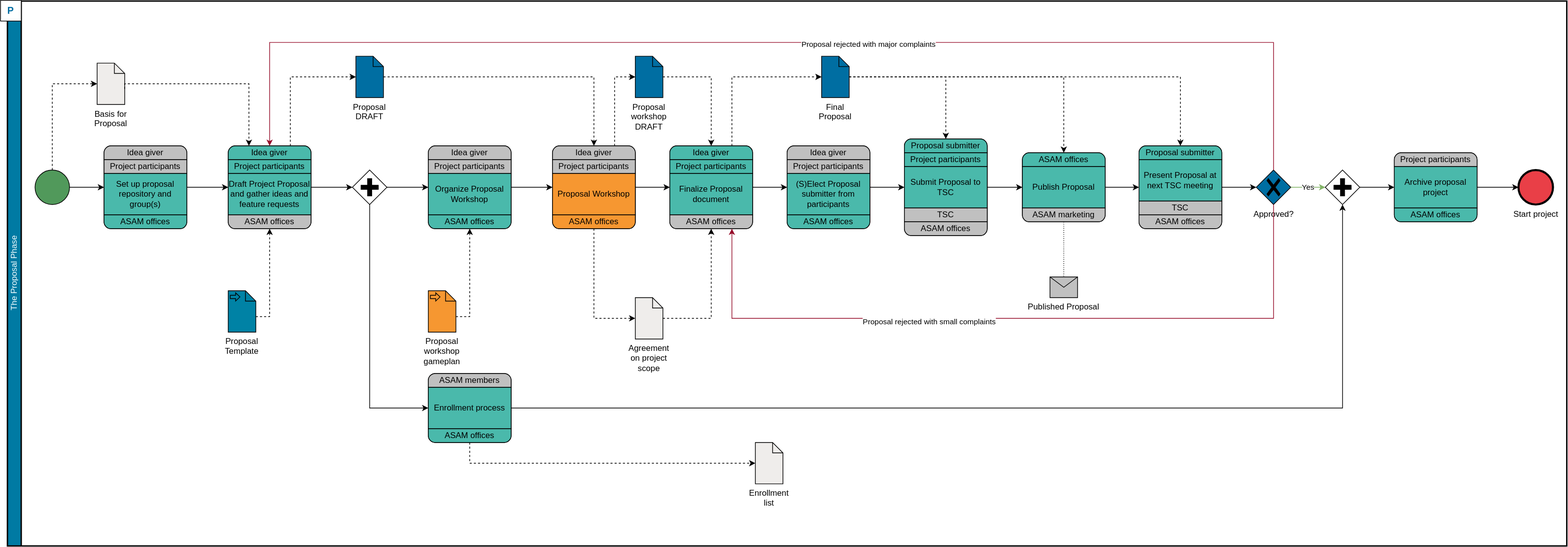
Earlier version of the draw.io export doc/modules/compendium/assets/images/asam/proposal_phase_v2.drawio.svg (asam-ev/asam-project-guide). Source tidied: cells renumbered, new cells last; positions are measured from the earlier drawing's top-left corner, leaving out a move shared by most shapes.
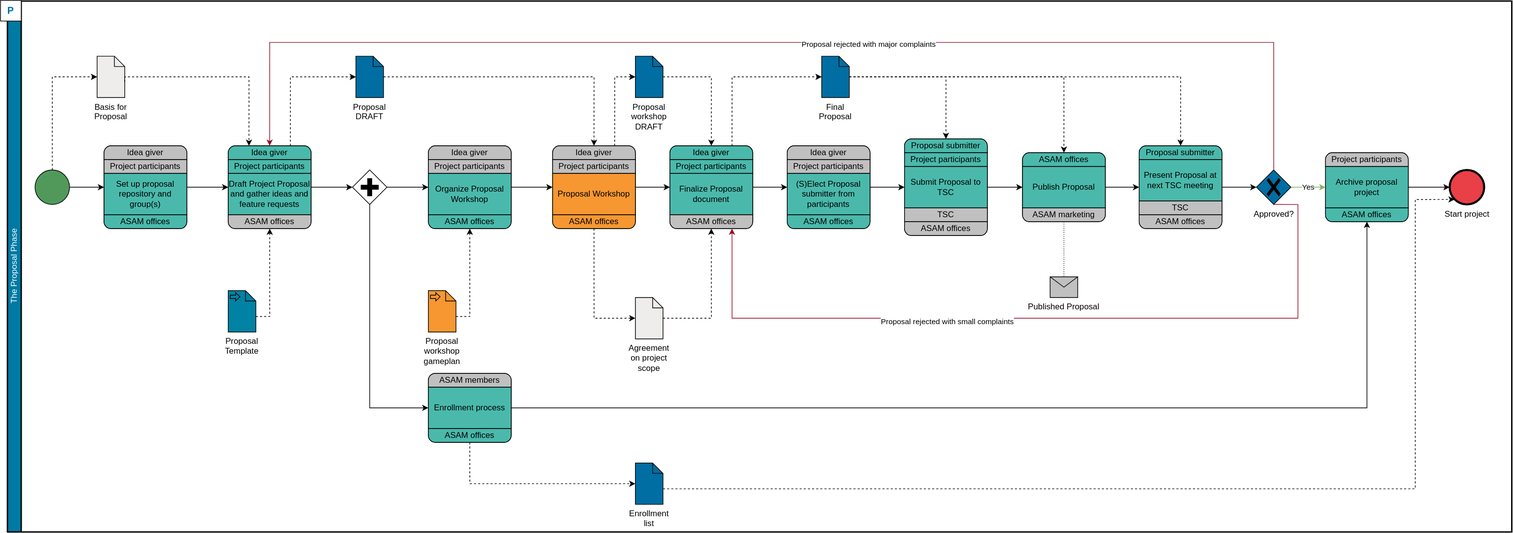
After the commit.

What changed in the source:
```diff
@@ -3,7 +3,7 @@
     <mxCell id="0" />
     <mxCell id="1" parent="0" />
     <mxCell id="2" value="The Proposal Phase" style="swimlane;html=1;startSize=20;fontStyle=0;horizontal=0;swimlaneLine=1;swimlaneFillColor=#ffffff;strokeWidth=2;fillColor=#007AA3;fontColor=#F5FDFF;" parent="1" vertex="1">
-      <mxGeometry x="10" y="1" width="2260" height="790" as="geometry" />
+      <mxGeometry x="10" y="1" width="2180" height="770" as="geometry" />
     </mxCell>
     <mxCell id="3" value="P" style="whiteSpace=wrap;html=1;fontColor=#006EA2;fillColor=#FFFFFF;fontSize=14;fontStyle=1;" parent="2" vertex="1">
       <mxGeometry x="-10" y="-1" width="30" height="30" as="geometry" />
@@ -63,7 +63,7 @@
       <mxGeometry y="80" width="120" height="20" as="geometry" />
     </mxCell>
     <mxCell id="22" value="Draft Project Proposal, gather ideas and feature requests" style="rounded=1;whiteSpace=wrap;html=1;absoluteArcSize=1;arcSize=20;horizontal=1;fillColor=#4AB9AB;" parent="2" vertex="1">
-      <mxGeometry x="2010" y="220" width="120" height="100" as="geometry" />
+      <mxGeometry x="1910" y="220" width="120" height="100" as="geometry" />
     </mxCell>
     <mxCell id="23" value="Project participants" style="whiteSpace=wrap;html=1;shape=mxgraph.basic.rect;size=10;rectStyle=rounded;bottomRightStyle=square;bottomLeftStyle=square;fillColor=#C0C0C0;" parent="22" vertex="1">
       <mxGeometry width="120" height="20" as="geometry" />
@@ -77,8 +77,10 @@
     <mxCell id="26" value="Approved?" style="points=[[0.25,0.25,0],[0.5,0,0],[0.75,0.25,0],[1,0.5,0],[0.75,0.75,0],[0.5,1,0],[0.25,0.75,0],[0,0.5,0]];shape=mxgraph.bpmn.gateway2;html=1;verticalLabelPosition=bottom;labelBackgroundColor=#ffffff;verticalAlign=top;align=center;perimeter=rhombusPerimeter;outlineConnect=0;outline=none;symbol=none;gwType=exclusive;fillColor=#006EA2;" parent="2" vertex="1">
       <mxGeometry x="1810" y="245" width="50" height="50" as="geometry" />
     </mxCell>
-    <mxCell id="27" value="Yes" style="edgeStyle=orthogonalEdgeStyle;rounded=0;jettySize=auto;html=1;fillColor=#d5e8d4;strokeColor=#82b366;startArrow=none;entryX=0;entryY=0.5;entryDx=0;entryDy=0;entryPerimeter=0;" parent="2" edge="1" source="26" target="80">
-      <mxGeometry relative="1" as="geometry" />
+    <mxCell id="27" value="Yes" style="edgeStyle=orthogonalEdgeStyle;rounded=0;jettySize=auto;html=1;fillColor=#d5e8d4;strokeColor=#82b366;startArrow=none;entryX=0;entryY=0.5;entryDx=0;entryDy=0;entryPerimeter=0;" parent="2" edge="1" source="26">
+      <mxGeometry relative="1" as="geometry">
+        <mxPoint x="1910" y="270" as="targetPoint" />
+      </mxGeometry>
     </mxCell>
     <mxCell id="28" value="Draft Project Proposal, gather ideas and feature requests" style="rounded=1;whiteSpace=wrap;html=1;absoluteArcSize=1;arcSize=20;horizontal=1;fillColor=#4AB9AB;" parent="2" vertex="1">
       <mxGeometry x="1640" y="210" width="120" height="120" as="geometry" />
@@ -179,7 +181,8 @@
     <mxCell id="60" style="edgeStyle=orthogonalEdgeStyle;rounded=0;jettySize=auto;html=1;exitX=0.5;exitY=1;exitDx=0;exitDy=0;exitPerimeter=0;entryX=0.75;entryY=1;entryDx=0;entryDy=0;strokeColor=#960E2B;" parent="2" edge="1" source="26" target="54">
       <mxGeometry relative="1" as="geometry">
         <Array as="points">
-          <mxPoint x="1835" y="460" />
+          <mxPoint x="1870" y="295" />
+          <mxPoint x="1870" y="460" />
           <mxPoint x="1050" y="460" />
         </Array>
       </mxGeometry>
@@ -238,13 +241,7 @@
     <mxCell id="78" style="edgeStyle=orthogonalEdgeStyle;rounded=0;jettySize=auto;html=1;exitX=0;exitY=0;exitDx=40;exitDy=37.5;exitPerimeter=0;entryX=0.5;entryY=1;entryDx=0;entryDy=0;dashed=1;" parent="2" edge="1" source="76" target="71">
       <mxGeometry relative="1" as="geometry" />
     </mxCell>
-    <mxCell id="79" style="edgeStyle=orthogonalEdgeStyle;rounded=0;jettySize=auto;html=1;exitX=1;exitY=0.5;exitDx=0;exitDy=0;exitPerimeter=0;endArrow=classic;endFill=1;" parent="2" edge="1" source="80" target="22">
-      <mxGeometry relative="1" as="geometry" />
-    </mxCell>
-    <mxCell id="80" style="points=[[0.25,0.25,0],[0.5,0,0],[0.75,0.25,0],[1,0.5,0],[0.75,0.75,0],[0.5,1,0],[0.25,0.75,0],[0,0.5,0]];shape=mxgraph.bpmn.gateway2;html=1;verticalLabelPosition=bottom;labelBackgroundColor=#ffffff;verticalAlign=top;align=center;perimeter=rhombusPerimeter;outlineConnect=0;outline=none;symbol=none;gwType=parallel;" parent="2" vertex="1">
-      <mxGeometry x="1910" y="245" width="50" height="50" as="geometry" />
-    </mxCell>
-    <mxCell id="81" style="edgeStyle=orthogonalEdgeStyle;rounded=0;jettySize=auto;html=1;exitX=1;exitY=0.5;exitDx=0;exitDy=0;startArrow=none;entryX=0.5;entryY=1;entryDx=0;entryDy=0;entryPerimeter=0;" parent="2" edge="1" source="18" target="80">
+    <mxCell id="81" style="edgeStyle=orthogonalEdgeStyle;rounded=0;jettySize=auto;html=1;exitX=1;exitY=0.5;exitDx=0;exitDy=0;startArrow=none;" parent="2" edge="1" source="18" target="22">
       <mxGeometry relative="1" as="geometry" />
     </mxCell>
     <mxCell id="82" style="edgeStyle=orthogonalEdgeStyle;rounded=0;jettySize=auto;html=1;exitX=0.5;exitY=1;exitDx=0;exitDy=0;startArrow=none;exitPerimeter=0;entryX=0;entryY=0.5;entryDx=0;entryDy=0;" parent="2" edge="1" source="14" target="18">
@@ -293,25 +290,25 @@
       <mxGeometry relative="1" as="geometry" />
     </mxCell>
     <mxCell id="94" value="Basis for Proposal" style="shape=mxgraph.bpmn.data;labelPosition=center;verticalLabelPosition=bottom;align=center;verticalAlign=top;whiteSpace=wrap;size=15;html=1;fillColor=#EFEDEB;" parent="2" vertex="1">
-      <mxGeometry x="130" y="90" width="40" height="60" as="geometry" />
+      <mxGeometry x="130" y="80" width="40" height="60" as="geometry" />
     </mxCell>
     <mxCell id="95" style="edgeStyle=orthogonalEdgeStyle;rounded=0;jettySize=auto;html=1;entryX=0;entryY=0.5;entryDx=0;entryDy=0;entryPerimeter=0;dashed=1;endArrow=classic;endFill=1;" parent="2" edge="1" source="16" target="94">
       <mxGeometry relative="1" as="geometry">
         <Array as="points">
-          <mxPoint x="65" y="120" />
+          <mxPoint x="65" y="110" />
         </Array>
       </mxGeometry>
     </mxCell>
     <mxCell id="96" style="edgeStyle=orthogonalEdgeStyle;rounded=0;jettySize=auto;html=1;entryX=0.25;entryY=0;entryDx=0;entryDy=0;dashed=1;exitX=0;exitY=0;exitDx=40;exitDy=37.5;exitPerimeter=0;" parent="2" edge="1" source="94" target="4">
       <mxGeometry relative="1" as="geometry">
         <Array as="points">
-          <mxPoint x="340" y="120" />
-          <mxPoint x="420" y="120" />
+          <mxPoint x="170" y="110" />
+          <mxPoint x="350" y="110" />
         </Array>
       </mxGeometry>
     </mxCell>
     <mxCell id="97" value="Start project" style="points=[[0.145,0.145,0],[0.5,0,0],[0.855,0.145,0],[1,0.5,0],[0.855,0.855,0],[0.5,1,0],[0.145,0.855,0],[0,0.5,0]];shape=mxgraph.bpmn.event;html=1;verticalLabelPosition=bottom;labelBackgroundColor=#ffffff;verticalAlign=top;align=center;perimeter=ellipsePerimeter;outlineConnect=0;outline=end;symbol=terminate2;fillColor=#E93F47;" parent="2" vertex="1">
-      <mxGeometry x="2190" y="245" width="50" height="50" as="geometry" />
+      <mxGeometry x="2090" y="245" width="50" height="50" as="geometry" />
     </mxCell>
     <mxCell id="98" style="edgeStyle=orthogonalEdgeStyle;rounded=0;jettySize=auto;html=1;exitX=1;exitY=0.5;exitDx=0;exitDy=0;" parent="2" edge="1" source="22" target="97">
       <mxGeometry relative="1" as="geometry" />
@@ -334,11 +331,19 @@
     <mxCell id="104" style="edgeStyle=orthogonalEdgeStyle;rounded=0;jettySize=auto;html=1;" parent="2" edge="1" source="99" target="4">
       <mxGeometry relative="1" as="geometry" />
     </mxCell>
-    <mxCell id="105" value="Enrollment list" style="shape=mxgraph.bpmn.data;labelPosition=center;verticalLabelPosition=bottom;align=center;verticalAlign=top;whiteSpace=wrap;size=15;html=1;fillColor=#EFEDEB;" parent="1" vertex="1">
-      <mxGeometry x="1094" y="641" width="40" height="60" as="geometry" />
+    <mxCell id="105" value="Enrollment list" style="shape=mxgraph.bpmn.data;labelPosition=center;verticalLabelPosition=bottom;align=center;verticalAlign=top;whiteSpace=wrap;size=15;html=1;fillColor=#006EA2;" parent="2" vertex="1">
+      <mxGeometry x="910" y="670" width="40" height="60" as="geometry" />
     </mxCell>
-    <mxCell id="106" style="edgeStyle=orthogonalEdgeStyle;rounded=0;jettySize=auto;html=1;exitX=0.5;exitY=1;exitDx=0;exitDy=0;entryX=0;entryY=0.5;entryDx=0;entryDy=0;entryPerimeter=0;dashed=1;endArrow=classic;endFill=1;" parent="1" edge="1" source="18" target="105">
+    <mxCell id="106" style="edgeStyle=orthogonalEdgeStyle;rounded=0;jettySize=auto;html=1;exitX=0.5;exitY=1;exitDx=0;exitDy=0;entryX=0;entryY=0.5;entryDx=0;entryDy=0;entryPerimeter=0;dashed=1;endArrow=classic;endFill=1;" parent="2" edge="1" source="18" target="105">
       <mxGeometry relative="1" as="geometry" />
     </mxCell>
+    <mxCell id="107" style="edgeStyle=orthogonalEdgeStyle;rounded=0;jettySize=auto;html=1;exitX=0;exitY=0;exitDx=40;exitDy=37.5;entryX=0.145;entryY=0.855;entryDx=0;entryDy=0;entryPerimeter=0;dashed=1;endArrow=classic;endFill=1;exitPerimeter=0;" parent="2" edge="1" source="105" target="97">
+      <mxGeometry relative="1" as="geometry">
+        <Array as="points">
+          <mxPoint x="2040" y="707" />
+          <mxPoint x="2040" y="288" />
+        </Array>
+      </mxGeometry>
+    </mxCell>
   </root>
 </mxGraphModel>
```
